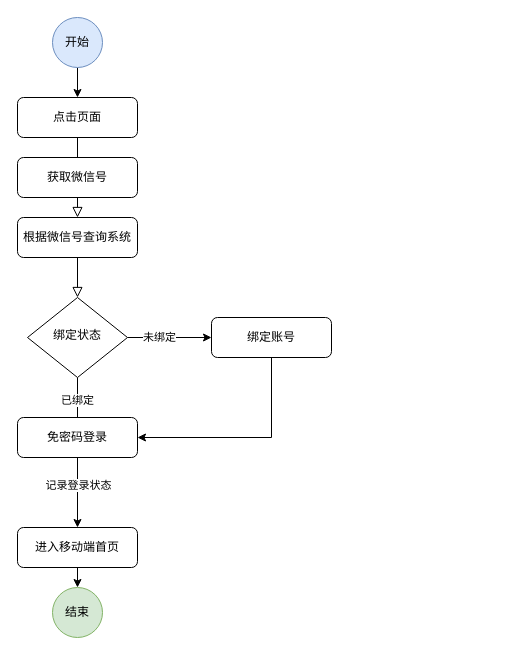
This is 微信授权登录.drawio from pbm0802/GitIDEATest, a draw.io file, before an edit. Source tidied: cells renumbered, new cells numbered last; positions are measured from the earlier drawing's top-left corner, leaving out a move shared by most shapes. Both pictures are drawn from the tidied source at 100%, with x=0, y=0 at pixel (17, 17).
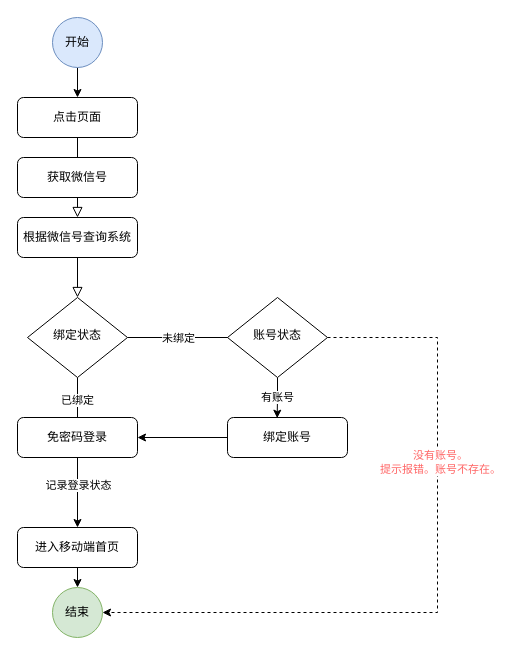
The same page after the edit.

Commit message (it also covers changes not shown here):
更新微信授权登录.drawio

Unchanged cells that the change refers to:
```xml
<mxCell id="8" value="绑定状态" style="rhombus;whiteSpace=wrap;html=1;shadow=0;fontFamily=Helvetica;fontSize=12;align=center;strokeWidth=1;spacing=6;spacingTop=-4;" parent="1" vertex="1">
  <mxGeometry x="10" y="280" width="100" height="80" as="geometry" />
</mxCell>
<mxCell id="16" value="免密码登录" style="rounded=1;whiteSpace=wrap;html=1;fontSize=12;glass=0;strokeWidth=1;shadow=0;" parent="1" vertex="1">
  <mxGeometry y="400" width="120" height="40" as="geometry" />
</mxCell>
<mxCell id="21" value="结束" style="ellipse;whiteSpace=wrap;html=1;fillColor=#d5e8d4;strokeColor=#82b366;" parent="1" vertex="1">
  <mxGeometry x="35" y="570" width="50" height="50" as="geometry" />
</mxCell>
```

Change to the diagram source:
```diff
@@
-    <mxCell id="4" style="edgeStyle=orthogonalEdgeStyle;rounded=0;jettySize=auto;html=1;exitX=1;exitY=0.5;exitDx=0;exitDy=0;entryX=0;entryY=0.5;entryDx=0;entryDy=0;" parent="1" edge="1" source="8" target="10">
-      <mxGeometry relative="1" as="geometry" />
+    <mxCell id="4" style="edgeStyle=orthogonalEdgeStyle;rounded=0;jettySize=auto;html=1;exitX=1;exitY=0.5;exitDx=0;exitDy=0;entryX=0;entryY=0.5;entryDx=0;entryDy=0;" parent="1" edge="1" source="8" target="25">
+      <mxGeometry relative="1" as="geometry">
+        <Array as="points">
+          <mxPoint x="260" y="320" />
+        </Array>
+      </mxGeometry>
     </mxCell>
     <mxCell id="5" value="未绑定" style="edgeLabel;html=1;align=center;verticalAlign=middle;" parent="4" vertex="1">
-      <mxGeometry x="-0.26" y="1" relative="1" as="geometry" />
+      <mxGeometry x="-0.26" y="1" relative="1" as="geometry">
+        <mxPoint x="-24" y="1" as="offset" />
+      </mxGeometry>
     </mxCell>
@@
-    <mxCell id="9" style="edgeStyle=orthogonalEdgeStyle;rounded=0;jettySize=auto;html=1;exitX=0.5;exitY=1;exitDx=0;exitDy=0;entryX=1;entryY=0.5;entryDx=0;entryDy=0;" parent="1" edge="1" source="10" target="16">
+    <mxCell id="9" style="edgeStyle=orthogonalEdgeStyle;rounded=0;jettySize=auto;html=1;exitX=0;exitY=0.5;exitDx=0;exitDy=0;entryX=1;entryY=0.5;entryDx=0;entryDy=0;" parent="1" edge="1" source="10" target="16">
       <mxGeometry relative="1" as="geometry" />
     </mxCell>
     <mxCell id="10" value="绑定账号" style="rounded=1;whiteSpace=wrap;html=1;fontSize=12;glass=0;strokeWidth=1;shadow=0;" parent="1" vertex="1">
-      <mxGeometry x="194" y="300" width="120" height="40" as="geometry" />
+      <mxGeometry x="210" y="400" width="120" height="40" as="geometry" />
     </mxCell>
@@
+    <mxCell id="22" value="有账号" style="edgeStyle=orthogonalEdgeStyle;rounded=0;jettySize=auto;html=1;exitX=0.5;exitY=1;exitDx=0;exitDy=0;entryX=0.414;entryY=0.017;entryDx=0;entryDy=0;entryPerimeter=0;" parent="1" edge="1" source="25" target="10">
+      <mxGeometry relative="1" as="geometry" />
+    </mxCell>
+    <mxCell id="23" style="edgeStyle=orthogonalEdgeStyle;rounded=0;jettySize=auto;html=1;exitX=1;exitY=0.5;exitDx=0;exitDy=0;entryX=1;entryY=0.5;entryDx=0;entryDy=0;dashed=1;" parent="1" edge="1" source="25" target="21">
+      <mxGeometry relative="1" as="geometry">
+        <Array as="points">
+          <mxPoint x="420" y="320" />
+          <mxPoint x="420" y="595" />
+        </Array>
+      </mxGeometry>
+    </mxCell>
+    <mxCell id="24" value="&lt;font color=&quot;#ff6666&quot;&gt;没有账号。&lt;br&gt;提示报错。账号不存在。&lt;/font&gt;" style="edgeLabel;html=1;align=center;verticalAlign=middle;" parent="23" vertex="1">
+      <mxGeometry x="-0.35" y="2" relative="1" as="geometry" />
+    </mxCell>
+    <mxCell id="25" value="账号状态" style="rhombus;whiteSpace=wrap;html=1;shadow=0;fontFamily=Helvetica;fontSize=12;align=center;strokeWidth=1;spacing=6;spacingTop=-4;" parent="1" vertex="1">
+      <mxGeometry x="210" y="280" width="100" height="80" as="geometry" />
+    </mxCell>
```
